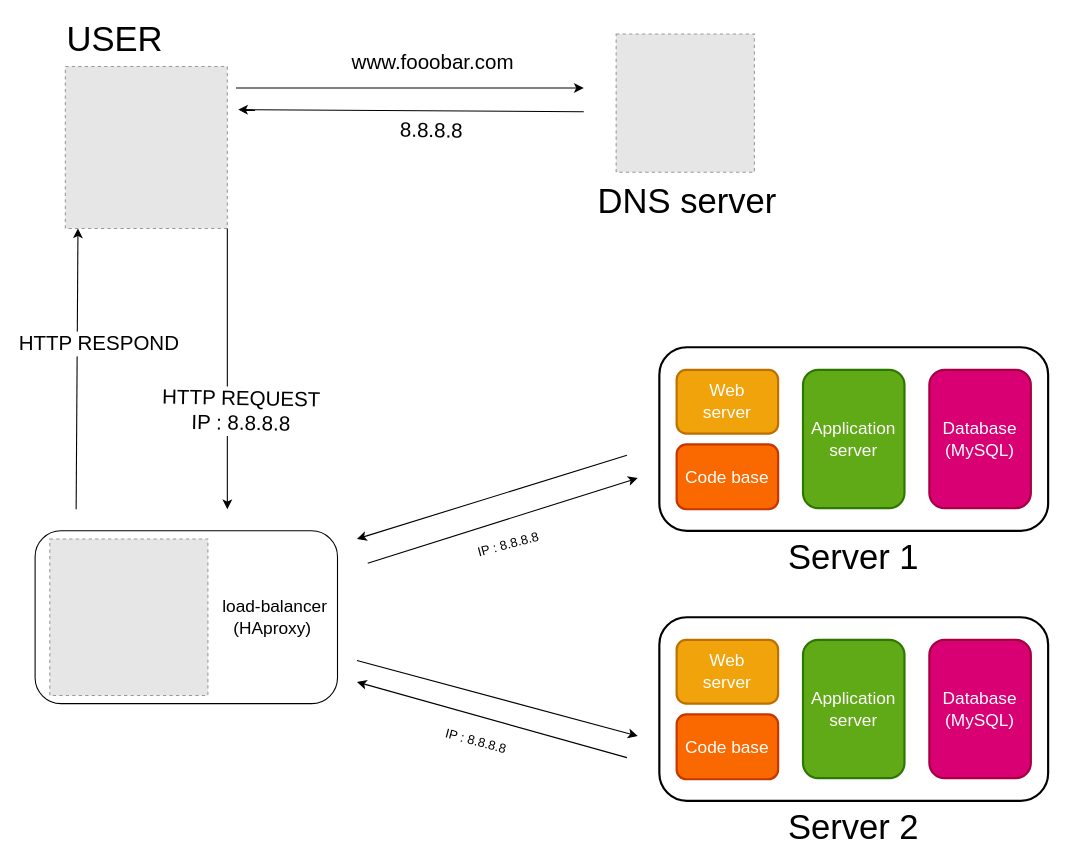
The draw.io diagram 0x09-web_infrastructure_design/Whiteboards/1-distributed_web_infrastructure.drawio in NaiM-AyouB/alx-system_engineering-devops, before the edit. Source tidied: cells renumbered, new cells numbered last; positions are measured from the earlier drawing's top-left corner, leaving out a move shared by most shapes. Both pictures are drawn from the tidied source at 108%, with x=0, y=0 at pixel (22, 23). Pictures stored in the file or linked from it are replaced by grey dashed boxes.
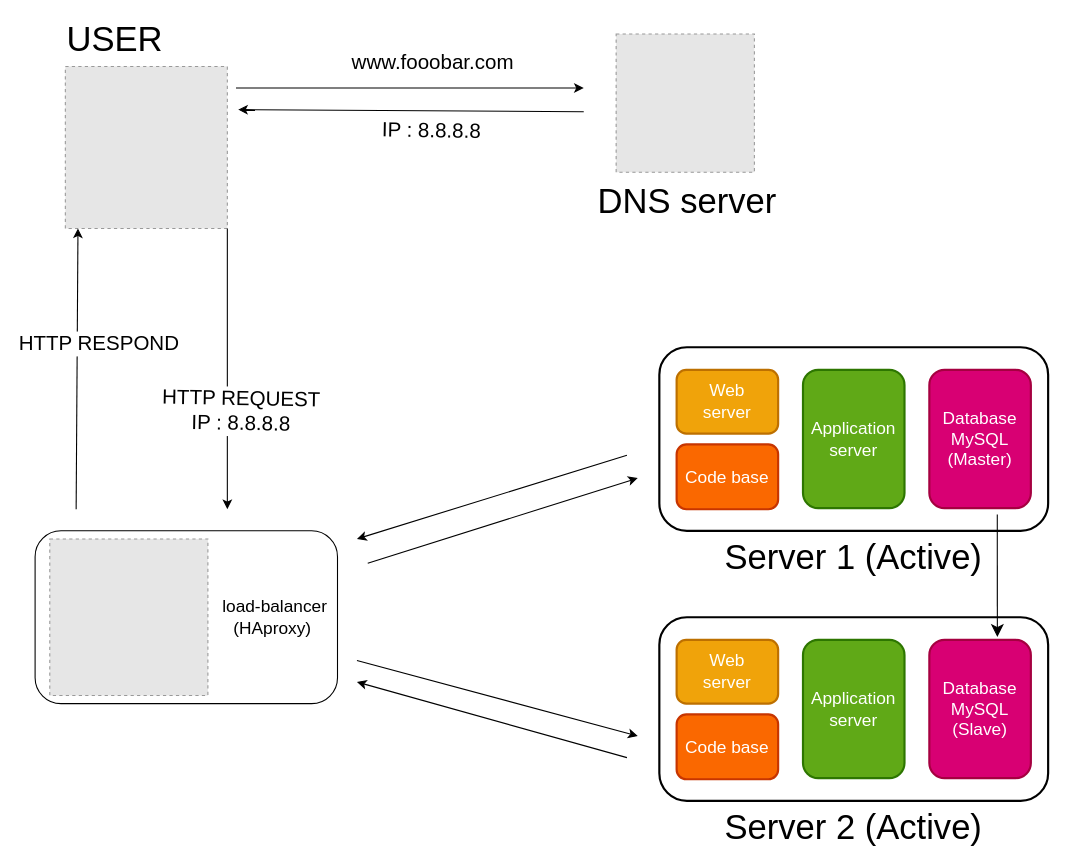
The same page after the edit.

The change refers to these unchanged cells:
```xml
<mxCell id="9" style="endArrow=classic;html=1;rounded=0;entryX=1;entryY=1;entryDx=0;entryDy=0;" parent="1" edge="1">
  <mxGeometry relative="1" as="geometry">
    <mxPoint x="520" y="82" as="sourcePoint" />
    <mxPoint x="200" y="80" as="targetPoint" />
  </mxGeometry>
</mxCell>
<mxCell id="29" style="rounded=1;whiteSpace=wrap;html=1;strokeWidth=2;fillColor=#d80073;fontColor=#ffffff;strokeColor=#A50040;" parent="1" vertex="1">
  <mxGeometry x="840" y="571" width="94" height="128" as="geometry" />
</mxCell>
```

What changed in the source:
```diff
@@
-    <mxCell id="10" value="8.8.8.8" style="edgeLabel;html=1;align=center;verticalAlign=top;rotation=1;fontSize=19;labelPosition=center;verticalLabelPosition=bottom;" parent="9" vertex="1">
+    <mxCell id="10" value="IP : 8.8.8.8" style="edgeLabel;html=1;align=center;verticalAlign=top;rotation=1;fontSize=19;labelPosition=center;verticalLabelPosition=bottom;" parent="9" vertex="1">
       <mxGeometry x="0.01" y="-8" relative="1" as="geometry">
         <mxPoint x="21" y="9" as="offset" />
       </mxGeometry>
     </mxCell>
@@
-    <mxCell id="21" value="&lt;font style=&quot;font-size: 32px;&quot;&gt;Server 1&lt;/font&gt;" style="text;strokeColor=none;align=center;fillColor=none;html=1;verticalAlign=middle;whiteSpace=wrap;rounded=0;fontSize=32;fontFamily=Helvetica;" parent="1" vertex="1">
+    <mxCell id="21" value="&lt;font style=&quot;font-size: 32px;&quot;&gt;Server 1 (Active)&lt;/font&gt;" style="text;strokeColor=none;align=center;fillColor=none;html=1;verticalAlign=middle;whiteSpace=wrap;rounded=0;fontSize=32;fontFamily=Helvetica;" parent="1" vertex="1">
       <mxGeometry x="644" y="480" width="252" height="30" as="geometry" />
     </mxCell>
-    <mxCell id="22" value="&lt;font style=&quot;font-size: 16px;&quot;&gt;Database&lt;br&gt;(MySQL)&lt;br&gt;&lt;/font&gt;" style="text;strokeColor=none;align=center;fillColor=none;html=1;verticalAlign=middle;whiteSpace=wrap;rounded=0;fontSize=16;fontFamily=Helvetica;fontColor=#FFFFFF;" parent="1" vertex="1">
+    <mxCell id="22" value="&lt;font style=&quot;font-size: 16px;&quot;&gt;Database&lt;br&gt;MySQL&lt;br&gt;(Master)&lt;br&gt;&lt;/font&gt;" style="text;strokeColor=none;align=center;fillColor=none;html=1;verticalAlign=middle;whiteSpace=wrap;rounded=0;fontSize=16;fontFamily=Helvetica;fontColor=#FFFFFF;" parent="1" vertex="1">
       <mxGeometry x="847" y="335" width="80" height="100" as="geometry" />
     </mxCell>
@@
-    <mxCell id="31" value="&lt;font style=&quot;font-size: 32px;&quot;&gt;Server 2&lt;/font&gt;" style="text;strokeColor=none;align=center;fillColor=none;html=1;verticalAlign=middle;whiteSpace=wrap;rounded=0;fontSize=32;fontFamily=Helvetica;" parent="1" vertex="1">
+    <mxCell id="31" value="&lt;font style=&quot;font-size: 32px;&quot;&gt;Server 2 (Active)&lt;/font&gt;" style="text;strokeColor=none;align=center;fillColor=none;html=1;verticalAlign=middle;whiteSpace=wrap;rounded=0;fontSize=32;fontFamily=Helvetica;" parent="1" vertex="1">
       <mxGeometry x="644" y="730" width="252" height="30" as="geometry" />
     </mxCell>
-    <mxCell id="32" value="&lt;font style=&quot;font-size: 16px;&quot;&gt;Database&lt;br&gt;(MySQL)&lt;br&gt;&lt;/font&gt;" style="text;strokeColor=none;align=center;fillColor=none;html=1;verticalAlign=middle;whiteSpace=wrap;rounded=0;fontSize=16;fontFamily=Helvetica;fontColor=#FFFFFF;" parent="1" vertex="1">
+    <mxCell id="32" value="&lt;font style=&quot;font-size: 16px;&quot;&gt;Database&lt;br&gt;MySQL&lt;br&gt;(Slave)&lt;br&gt;&lt;/font&gt;" style="text;strokeColor=none;align=center;fillColor=none;html=1;verticalAlign=middle;whiteSpace=wrap;rounded=0;fontSize=16;fontFamily=Helvetica;fontColor=#FFFFFF;" parent="1" vertex="1">
       <mxGeometry x="847" y="585" width="80" height="100" as="geometry" />
     </mxCell>
@@
-    <mxCell id="41" value="IP : 8.8.8.8" style="text;html=1;align=center;verticalAlign=middle;strokeColor=none;fillColor=none;rotation=-15;" parent="1" vertex="1">
-      <mxGeometry x="410" y="468" width="80" height="30" as="geometry" />
-    </mxCell>
-    <mxCell id="42" value="IP : 8.8.8.8" style="text;html=1;align=center;verticalAlign=middle;strokeColor=none;fillColor=none;rotation=15;" parent="1" vertex="1">
-      <mxGeometry x="380" y="650" width="80" height="30" as="geometry" />
-    </mxCell>
+    <mxCell id="43" style="endArrow=classic;html=1;rounded=0;exitX=0.833;exitY=0.941;exitDx=0;exitDy=0;exitPerimeter=0;entryX=0.67;entryY=-0.021;entryDx=0;entryDy=0;entryPerimeter=0;jumpSize=20;endSize=9;startSize=9;" parent="1" edge="1" target="29">
+      <mxGeometry relative="1" as="geometry">
+        <mxPoint x="902.9" y="455" as="sourcePoint" />
+      </mxGeometry>
+    </mxCell>
```
